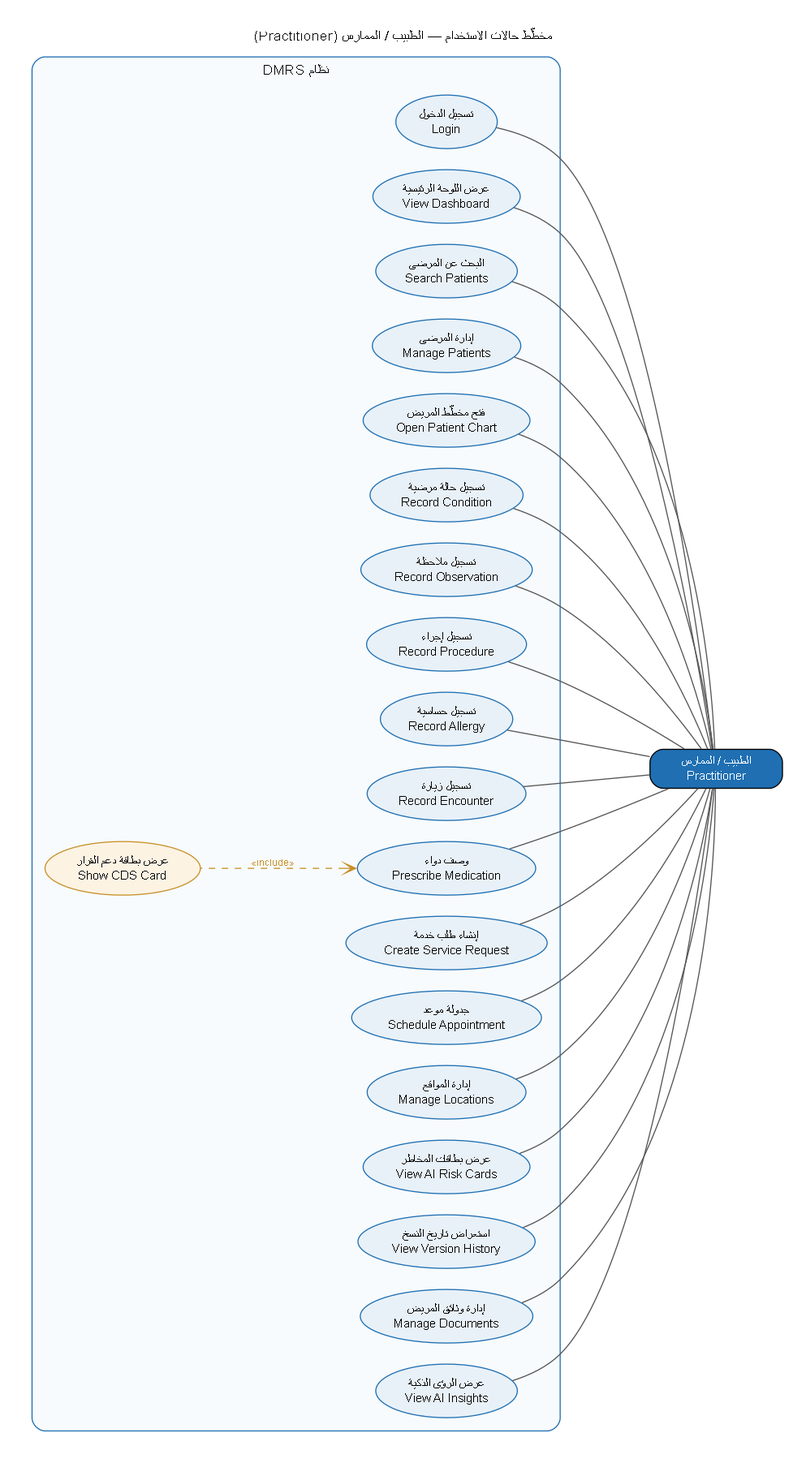
This is docs/diagrams/usecase-practitioner.png from Khair69/DMRS, a Graphviz export, as it was before one commit. Its source is kept beside it as docs/diagrams/usecase-practitioner.dot. Its diagram source:
```dot
digraph UC {
  rankdir=RL;
  graph [fontname="Arial", fontsize=13, labelloc="t",
         label="مخطّط حالات الاستخدام — الطبيب / الممارس (Practitioner)", pad=0.3, nodesep=0.28, ranksep=1.3];
  node  [fontname="Arial", fontsize=11];
  edge  [fontname="Arial", fontsize=9, dir=none, color="#555555"];

  actor [shape=box, style="rounded,filled", fillcolor="#1F6FB2", fontcolor="white",
         label="الطبيب / الممارس\nPractitioner", width=1.7];

  subgraph cluster_sys {
    label="نظام DMRS"; fontname="Arial"; fontsize=13; style="rounded"; color="#1F6FB2"; bgcolor="#F7FBFD"; margin=12;
    node [shape=ellipse, style=filled, fillcolor="#E8F1F8", color="#1F6FB2"];

    u_login   [label="تسجيل الدخول\nLogin"];
    u_dash    [label="عرض اللوحة الرئيسية\nView Dashboard"];
    u_search  [label="البحث عن المرضى\nSearch Patients"];
    u_pat     [label="إدارة المرضى\nManage Patients"];
    u_chart   [label="فتح مخطّط المريض\nOpen Patient Chart"];
    u_cond    [label="تسجيل حالة مرضية\nRecord Condition"];
    u_obs     [label="تسجيل ملاحظة\nRecord Observation"];
    u_proc    [label="تسجيل إجراء\nRecord Procedure"];
    u_allergy [label="تسجيل حساسية\nRecord Allergy"];
    u_enc     [label="تسجيل زيارة\nRecord Encounter"];
    u_med     [label="وصف دواء\nPrescribe Medication"];
    u_cds     [label="عرض بطاقة دعم القرار\nShow CDS Card", fillcolor="#FDF3E3", color="#C8902A"];
    u_svc     [label="إنشاء طلب خدمة\nCreate Service Request"];
    u_appt    [label="جدولة موعد\nSchedule Appointment"];
    u_loc     [label="إدارة المواقع\nManage Locations"];
    u_risk    [label="عرض بطاقات المخاطر\nView AI Risk Cards"];
    u_hist    [label="استعراض تاريخ النسخ\nView Version History"];
    u_doc     [label="إدارة وثائق المريض\nManage Documents"];
    u_ins     [label="عرض الرؤى الذكية\nView AI Insights"];
  }

  actor -> { u_login u_dash u_search u_pat u_chart u_cond u_obs u_proc u_allergy
             u_enc u_med u_svc u_appt u_loc u_risk u_hist u_doc u_ins };

  u_med -> u_cds [style=dashed, dir=back, arrowtail=vee, label="«include»", fontcolor="#C8902A", color="#C8902A"];
}
```
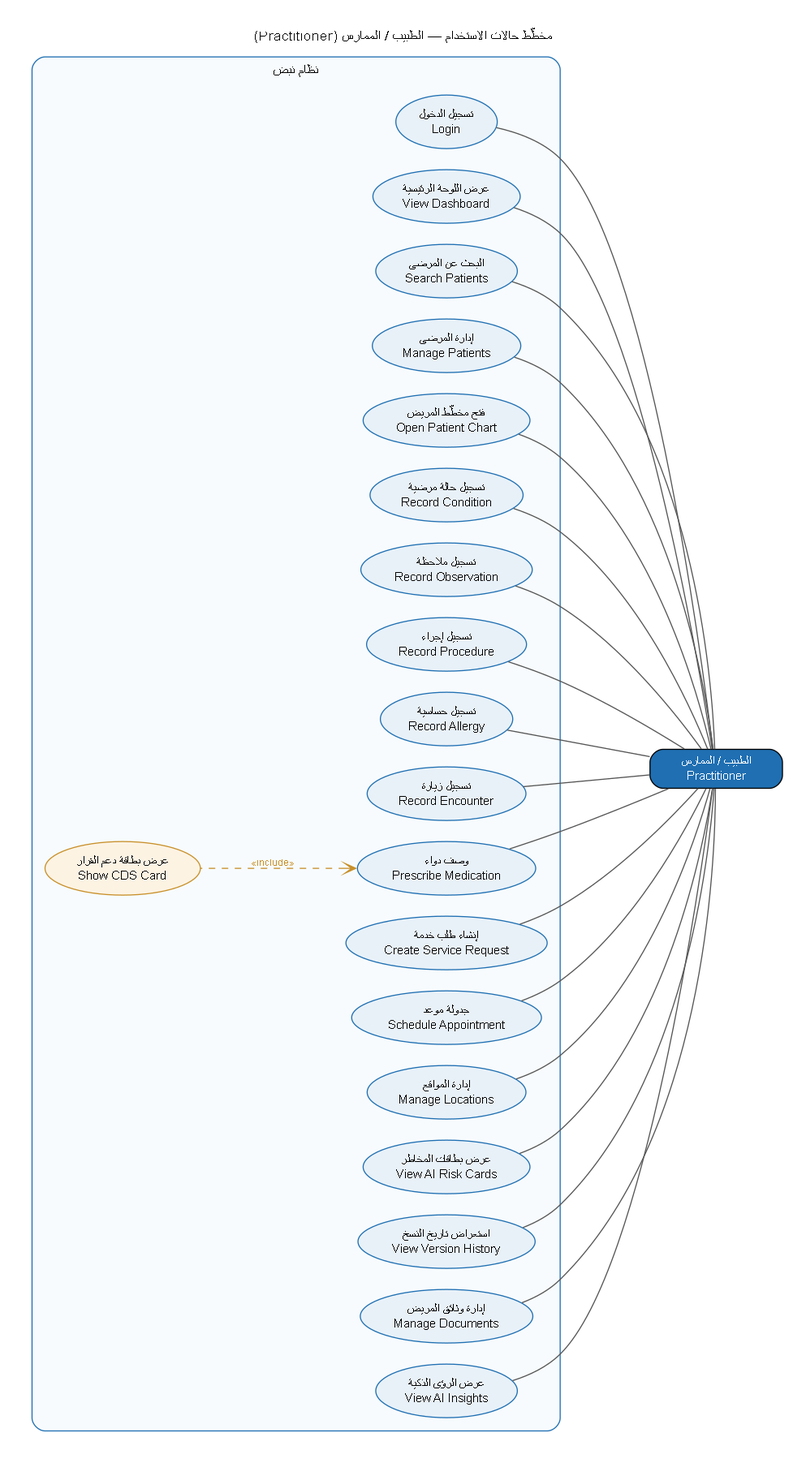
Later version of the same file.

The edit, as a diff of the source:
```diff
@@ -9,7 +9,7 @@
          label="الطبيب / الممارس\nPractitioner", width=1.7];
 
   subgraph cluster_sys {
-    label="نظام DMRS"; fontname="Arial"; fontsize=13; style="rounded"; color="#1F6FB2"; bgcolor="#F7FBFD"; margin=12;
+    label="نظام نبض"; fontname="Arial"; fontsize=13; style="rounded"; color="#1F6FB2"; bgcolor="#F7FBFD"; margin=12;
     node [shape=ellipse, style=filled, fillcolor="#E8F1F8", color="#1F6FB2"];
 
     u_login   [label="تسجيل الدخول\nLogin"];
```
